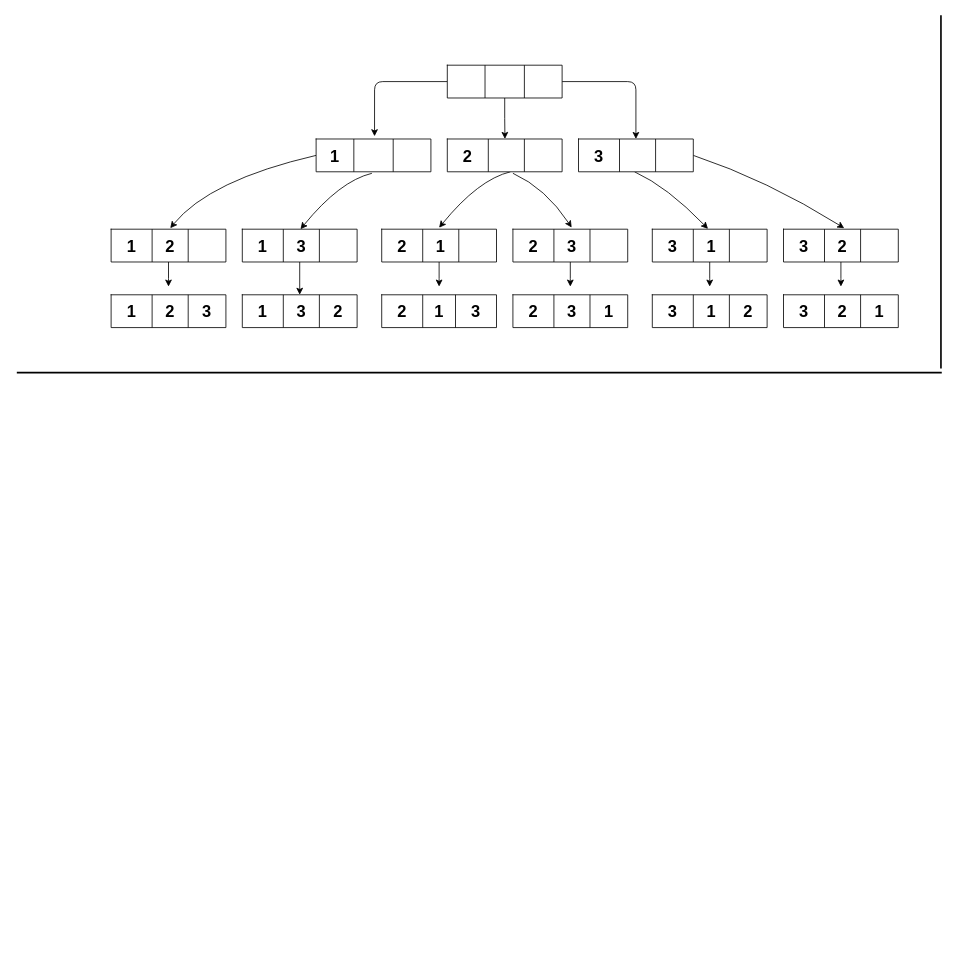
The draw.io diagram doc/算法基础课.drawio in jnpeng945/-Offer, before the edit. Source tidied: cells renumbered, new cells numbered last; positions are measured from the earlier drawing's top-left corner, leaving out a move shared by most shapes. Both pictures are drawn from the tidied source at 82%, with x=0, y=0 at pixel (16, 15).
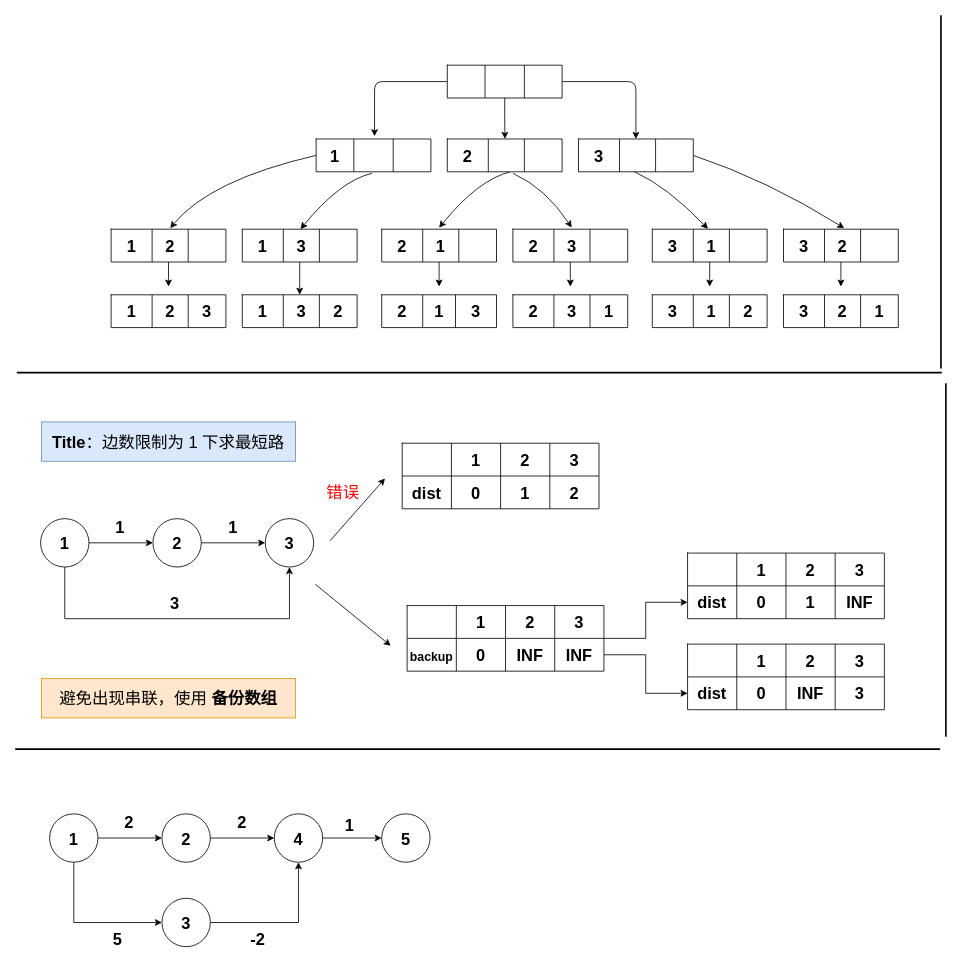
The same diagram, later.

The edit, as a diff of the source:
```diff
@@
+    <mxCell id="99" style="edgeStyle=orthogonalEdgeStyle;rounded=0;jettySize=auto;html=1;" parent="1" edge="1" source="101" target="103">
+      <mxGeometry relative="1" as="geometry" />
+    </mxCell>
+    <mxCell id="100" style="edgeStyle=orthogonalEdgeStyle;rounded=0;jettySize=auto;html=1;entryX=0.5;entryY=1;entryDx=0;entryDy=0;" parent="1" edge="1" source="101" target="104">
+      <mxGeometry relative="1" as="geometry">
+        <Array as="points">
+          <mxPoint x="58" y="736" />
+          <mxPoint x="333" y="736" />
+        </Array>
+      </mxGeometry>
+    </mxCell>
+    <mxCell id="101" value="&lt;b&gt;&lt;font style=&quot;font-size: 20px&quot;&gt;1&lt;/font&gt;&lt;/b&gt;" style="ellipse;whiteSpace=wrap;html=1;" parent="1" vertex="1">
+      <mxGeometry x="29" y="614" width="59" height="59" as="geometry" />
+    </mxCell>
+    <mxCell id="102" style="edgeStyle=orthogonalEdgeStyle;rounded=0;jettySize=auto;html=1;" parent="1" edge="1" source="103" target="104">
+      <mxGeometry relative="1" as="geometry" />
+    </mxCell>
+    <mxCell id="103" value="&lt;b&gt;&lt;font style=&quot;font-size: 20px&quot;&gt;2&lt;/font&gt;&lt;/b&gt;" style="ellipse;whiteSpace=wrap;html=1;" parent="1" vertex="1">
+      <mxGeometry x="166" y="614" width="59" height="59" as="geometry" />
+    </mxCell>
+    <mxCell id="104" value="&lt;b&gt;&lt;font style=&quot;font-size: 20px&quot;&gt;3&lt;/font&gt;&lt;/b&gt;" style="ellipse;whiteSpace=wrap;html=1;" parent="1" vertex="1">
+      <mxGeometry x="303" y="614" width="59" height="59" as="geometry" />
+    </mxCell>
+    <mxCell id="105" value="&lt;b&gt;&lt;font style=&quot;font-size: 20px&quot;&gt;1&lt;/font&gt;&lt;/b&gt;" style="text;html=1;strokeColor=none;fillColor=none;align=center;verticalAlign=middle;whiteSpace=wrap;rounded=0;" parent="1" vertex="1">
+      <mxGeometry x="106" y="614" width="40" height="20" as="geometry" />
+    </mxCell>
+    <mxCell id="106" value="&lt;b&gt;&lt;font style=&quot;font-size: 20px&quot;&gt;1&lt;/font&gt;&lt;/b&gt;" style="text;html=1;strokeColor=none;fillColor=none;align=center;verticalAlign=middle;whiteSpace=wrap;rounded=0;" parent="1" vertex="1">
+      <mxGeometry x="244" y="614" width="40" height="20" as="geometry" />
+    </mxCell>
+    <mxCell id="107" value="&lt;b&gt;&lt;font style=&quot;font-size: 20px&quot;&gt;3&lt;/font&gt;&lt;/b&gt;" style="text;html=1;strokeColor=none;fillColor=none;align=center;verticalAlign=middle;whiteSpace=wrap;rounded=0;" parent="1" vertex="1">
+      <mxGeometry x="173" y="707" width="40" height="20" as="geometry" />
+    </mxCell>
+    <mxCell id="108" style="edgeStyle=orthogonalEdgeStyle;rounded=0;jettySize=auto;html=1;fontSize=20;" parent="1" edge="1" source="132" target="116">
+      <mxGeometry relative="1" as="geometry" />
+    </mxCell>
+    <mxCell id="109" style="edgeStyle=orthogonalEdgeStyle;rounded=0;jettySize=auto;html=1;entryX=0;entryY=0.5;entryDx=0;entryDy=0;fontSize=20;" parent="1" edge="1" source="138" target="127">
+      <mxGeometry relative="1" as="geometry" />
+    </mxCell>
+    <mxCell id="110" style="shape=table;html=1;whiteSpace=wrap;startSize=0;childLayout=tableLayout;" parent="1" vertex="1">
+      <mxGeometry x="818" y="656" width="240" height="80" as="geometry" />
+    </mxCell>
+    <mxCell id="111" style="shape=partialRectangle;html=1;whiteSpace=wrap;fillColor=none;top=0;left=0;bottom=0;right=0;" parent="110" vertex="1">
+      <mxGeometry width="240" height="40" as="geometry" />
+    </mxCell>
+    <mxCell id="112" style="shape=partialRectangle;html=1;whiteSpace=wrap;fillColor=none;top=0;left=0;bottom=0;right=0;overflow=hidden;" parent="111" vertex="1">
+      <mxGeometry width="60" height="40" as="geometry" />
+    </mxCell>
+    <mxCell id="113" value="1" style="shape=partialRectangle;html=1;whiteSpace=wrap;fillColor=none;top=0;left=0;bottom=0;right=0;overflow=hidden;fontSize=20;fontStyle=1;" parent="111" vertex="1">
+      <mxGeometry x="60" width="60" height="40" as="geometry" />
+    </mxCell>
+    <mxCell id="114" value="2" style="shape=partialRectangle;html=1;whiteSpace=wrap;fillColor=none;top=0;left=0;bottom=0;right=0;overflow=hidden;fontSize=20;fontStyle=1;" parent="111" vertex="1">
+      <mxGeometry x="120" width="60" height="40" as="geometry" />
+    </mxCell>
+    <mxCell id="115" value="3" style="shape=partialRectangle;html=1;whiteSpace=wrap;fillColor=none;top=0;left=0;bottom=0;right=0;overflow=hidden;fontSize=20;fontStyle=1;" parent="111" vertex="1">
+      <mxGeometry x="180" width="60" height="40" as="geometry" />
+    </mxCell>
+    <mxCell id="116" style="shape=partialRectangle;html=1;whiteSpace=wrap;fillColor=none;top=0;left=0;bottom=0;right=0;points=[[0,0.5],[1,0.5]];portConstraint=eastwest;" parent="110" vertex="1">
+      <mxGeometry y="40" width="240" height="40" as="geometry" />
+    </mxCell>
+    <mxCell id="117" value="&lt;font style=&quot;font-size: 20px&quot;&gt;dist&lt;/font&gt;" style="shape=partialRectangle;html=1;whiteSpace=wrap;fillColor=none;top=0;left=0;bottom=0;right=0;overflow=hidden;fontSize=20;fontStyle=1;" parent="116" vertex="1">
+      <mxGeometry width="60" height="40" as="geometry" />
+    </mxCell>
+    <mxCell id="118" value="0" style="shape=partialRectangle;html=1;whiteSpace=wrap;fillColor=none;top=0;left=0;bottom=0;right=0;overflow=hidden;fontSize=20;fontStyle=1;" parent="116" vertex="1">
+      <mxGeometry x="60" width="60" height="40" as="geometry" />
+    </mxCell>
+    <mxCell id="119" value="1" style="shape=partialRectangle;html=1;whiteSpace=wrap;fillColor=none;top=0;left=0;bottom=0;right=0;overflow=hidden;fontSize=20;fontStyle=1;" parent="116" vertex="1">
+      <mxGeometry x="120" width="60" height="40" as="geometry" />
+    </mxCell>
+    <mxCell id="120" value="INF" style="shape=partialRectangle;html=1;whiteSpace=wrap;fillColor=none;top=0;left=0;bottom=0;right=0;overflow=hidden;fontSize=20;fontStyle=1;" parent="116" vertex="1">
+      <mxGeometry x="180" width="60" height="40" as="geometry" />
+    </mxCell>
+    <mxCell id="121" style="shape=table;html=1;whiteSpace=wrap;startSize=0;childLayout=tableLayout;" parent="1" vertex="1">
+      <mxGeometry x="818" y="767" width="240" height="80" as="geometry" />
+    </mxCell>
+    <mxCell id="122" style="shape=partialRectangle;html=1;whiteSpace=wrap;fillColor=none;top=0;left=0;bottom=0;right=0;" parent="121" vertex="1">
+      <mxGeometry width="240" height="40" as="geometry" />
+    </mxCell>
+    <mxCell id="123" style="shape=partialRectangle;html=1;whiteSpace=wrap;fillColor=none;top=0;left=0;bottom=0;right=0;overflow=hidden;" parent="122" vertex="1">
+      <mxGeometry width="60" height="40" as="geometry" />
+    </mxCell>
+    <mxCell id="124" value="1" style="shape=partialRectangle;html=1;whiteSpace=wrap;fillColor=none;top=0;left=0;bottom=0;right=0;overflow=hidden;fontSize=20;fontStyle=1;" parent="122" vertex="1">
+      <mxGeometry x="60" width="60" height="40" as="geometry" />
+    </mxCell>
+    <mxCell id="125" value="2" style="shape=partialRectangle;html=1;whiteSpace=wrap;fillColor=none;top=0;left=0;bottom=0;right=0;overflow=hidden;fontSize=20;fontStyle=1;" parent="122" vertex="1">
+      <mxGeometry x="120" width="60" height="40" as="geometry" />
+    </mxCell>
+    <mxCell id="126" value="3" style="shape=partialRectangle;html=1;whiteSpace=wrap;fillColor=none;top=0;left=0;bottom=0;right=0;overflow=hidden;fontSize=20;fontStyle=1;" parent="122" vertex="1">
+      <mxGeometry x="180" width="60" height="40" as="geometry" />
+    </mxCell>
+    <mxCell id="127" style="shape=partialRectangle;html=1;whiteSpace=wrap;fillColor=none;top=0;left=0;bottom=0;right=0;points=[[0,0.5],[1,0.5]];portConstraint=eastwest;" parent="121" vertex="1">
+      <mxGeometry y="40" width="240" height="40" as="geometry" />
+    </mxCell>
+    <mxCell id="128" value="&lt;font style=&quot;font-size: 20px&quot;&gt;dist&lt;/font&gt;" style="shape=partialRectangle;html=1;whiteSpace=wrap;fillColor=none;top=0;left=0;bottom=0;right=0;overflow=hidden;fontSize=20;fontStyle=1;" parent="127" vertex="1">
+      <mxGeometry width="60" height="40" as="geometry" />
+    </mxCell>
+    <mxCell id="129" value="0" style="shape=partialRectangle;html=1;whiteSpace=wrap;fillColor=none;top=0;left=0;bottom=0;right=0;overflow=hidden;fontSize=20;fontStyle=1;" parent="127" vertex="1">
+      <mxGeometry x="60" width="60" height="40" as="geometry" />
+    </mxCell>
+    <mxCell id="130" value="INF" style="shape=partialRectangle;html=1;whiteSpace=wrap;fillColor=none;top=0;left=0;bottom=0;right=0;overflow=hidden;fontSize=20;fontStyle=1;" parent="127" vertex="1">
+      <mxGeometry x="120" width="60" height="40" as="geometry" />
+    </mxCell>
+    <mxCell id="131" value="3" style="shape=partialRectangle;html=1;whiteSpace=wrap;fillColor=none;top=0;left=0;bottom=0;right=0;overflow=hidden;fontSize=20;fontStyle=1;" parent="127" vertex="1">
+      <mxGeometry x="180" width="60" height="40" as="geometry" />
+    </mxCell>
+    <mxCell id="132" style="shape=table;html=1;whiteSpace=wrap;startSize=0;childLayout=tableLayout;" parent="1" vertex="1">
+      <mxGeometry x="476" y="720" width="240" height="80" as="geometry" />
+    </mxCell>
+    <mxCell id="133" style="shape=partialRectangle;html=1;whiteSpace=wrap;fillColor=none;top=0;left=0;bottom=0;right=0;" parent="132" vertex="1">
+      <mxGeometry width="240" height="40" as="geometry" />
+    </mxCell>
+    <mxCell id="134" style="shape=partialRectangle;html=1;whiteSpace=wrap;fillColor=none;top=0;left=0;bottom=0;right=0;overflow=hidden;" parent="133" vertex="1">
+      <mxGeometry width="60" height="40" as="geometry" />
+    </mxCell>
+    <mxCell id="135" value="1" style="shape=partialRectangle;html=1;whiteSpace=wrap;fillColor=none;top=0;left=0;bottom=0;right=0;overflow=hidden;fontSize=20;fontStyle=1;" parent="133" vertex="1">
+      <mxGeometry x="60" width="60" height="40" as="geometry" />
+    </mxCell>
+    <mxCell id="136" value="2" style="shape=partialRectangle;html=1;whiteSpace=wrap;fillColor=none;top=0;left=0;bottom=0;right=0;overflow=hidden;fontSize=20;fontStyle=1;" parent="133" vertex="1">
+      <mxGeometry x="120" width="60" height="40" as="geometry" />
+    </mxCell>
+    <mxCell id="137" value="3" style="shape=partialRectangle;html=1;whiteSpace=wrap;fillColor=none;top=0;left=0;bottom=0;right=0;overflow=hidden;fontSize=20;fontStyle=1;" parent="133" vertex="1">
+      <mxGeometry x="180" width="60" height="40" as="geometry" />
+    </mxCell>
+    <mxCell id="138" style="shape=partialRectangle;html=1;whiteSpace=wrap;fillColor=none;top=0;left=0;bottom=0;right=0;points=[[0,0.5],[1,0.5]];portConstraint=eastwest;" parent="132" vertex="1">
+      <mxGeometry y="40" width="240" height="40" as="geometry" />
+    </mxCell>
+    <mxCell id="139" value="&lt;font style=&quot;font-size: 15px&quot;&gt;backup&lt;/font&gt;" style="shape=partialRectangle;html=1;whiteSpace=wrap;fillColor=none;top=0;left=0;bottom=0;right=0;overflow=hidden;fontSize=20;fontStyle=1;" parent="138" vertex="1">
+      <mxGeometry width="60" height="40" as="geometry" />
+    </mxCell>
+    <mxCell id="140" value="0" style="shape=partialRectangle;html=1;whiteSpace=wrap;fillColor=none;top=0;left=0;bottom=0;right=0;overflow=hidden;fontSize=20;fontStyle=1;" parent="138" vertex="1">
+      <mxGeometry x="60" width="60" height="40" as="geometry" />
+    </mxCell>
+    <mxCell id="141" value="INF" style="shape=partialRectangle;html=1;whiteSpace=wrap;fillColor=none;top=0;left=0;bottom=0;right=0;overflow=hidden;fontSize=20;fontStyle=1;" parent="138" vertex="1">
+      <mxGeometry x="120" width="60" height="40" as="geometry" />
+    </mxCell>
+    <mxCell id="142" value="INF" style="shape=partialRectangle;html=1;whiteSpace=wrap;fillColor=none;top=0;left=0;bottom=0;right=0;overflow=hidden;fontSize=20;fontStyle=1;" parent="138" vertex="1">
+      <mxGeometry x="180" width="60" height="40" as="geometry" />
+    </mxCell>
+    <mxCell id="143" style="shape=table;html=1;whiteSpace=wrap;startSize=0;childLayout=tableLayout;" parent="1" vertex="1">
+      <mxGeometry x="470" y="522" width="240" height="80" as="geometry" />
+    </mxCell>
+    <mxCell id="144" style="shape=partialRectangle;html=1;whiteSpace=wrap;fillColor=none;top=0;left=0;bottom=0;right=0;" parent="143" vertex="1">
+      <mxGeometry width="240" height="40" as="geometry" />
+    </mxCell>
+    <mxCell id="145" style="shape=partialRectangle;html=1;whiteSpace=wrap;fillColor=none;top=0;left=0;bottom=0;right=0;overflow=hidden;" parent="144" vertex="1">
+      <mxGeometry width="60" height="40" as="geometry" />
+    </mxCell>
+    <mxCell id="146" value="1" style="shape=partialRectangle;html=1;whiteSpace=wrap;fillColor=none;top=0;left=0;bottom=0;right=0;overflow=hidden;fontSize=20;fontStyle=1;" parent="144" vertex="1">
+      <mxGeometry x="60" width="60" height="40" as="geometry" />
+    </mxCell>
+    <mxCell id="147" value="2" style="shape=partialRectangle;html=1;whiteSpace=wrap;fillColor=none;top=0;left=0;bottom=0;right=0;overflow=hidden;fontSize=20;fontStyle=1;" parent="144" vertex="1">
+      <mxGeometry x="120" width="60" height="40" as="geometry" />
+    </mxCell>
+    <mxCell id="148" value="3" style="shape=partialRectangle;html=1;whiteSpace=wrap;fillColor=none;top=0;left=0;bottom=0;right=0;overflow=hidden;fontSize=20;fontStyle=1;" parent="144" vertex="1">
+      <mxGeometry x="180" width="60" height="40" as="geometry" />
+    </mxCell>
+    <mxCell id="149" style="shape=partialRectangle;html=1;whiteSpace=wrap;fillColor=none;top=0;left=0;bottom=0;right=0;" parent="143" vertex="1">
+      <mxGeometry y="40" width="240" height="40" as="geometry" />
+    </mxCell>
+    <mxCell id="150" value="&lt;font style=&quot;font-size: 20px&quot;&gt;dist&lt;/font&gt;" style="shape=partialRectangle;html=1;whiteSpace=wrap;fillColor=none;top=0;left=0;bottom=0;right=0;overflow=hidden;fontSize=20;fontStyle=1;" parent="149" vertex="1">
+      <mxGeometry width="60" height="40" as="geometry" />
+    </mxCell>
+    <mxCell id="151" value="0" style="shape=partialRectangle;html=1;whiteSpace=wrap;fillColor=none;top=0;left=0;bottom=0;right=0;overflow=hidden;fontSize=20;fontStyle=1;" parent="149" vertex="1">
+      <mxGeometry x="60" width="60" height="40" as="geometry" />
+    </mxCell>
+    <mxCell id="152" value="1" style="shape=partialRectangle;html=1;whiteSpace=wrap;fillColor=none;top=0;left=0;bottom=0;right=0;overflow=hidden;fontSize=20;fontStyle=1;" parent="149" vertex="1">
+      <mxGeometry x="120" width="60" height="40" as="geometry" />
+    </mxCell>
+    <mxCell id="153" value="2" style="shape=partialRectangle;html=1;whiteSpace=wrap;fillColor=none;top=0;left=0;bottom=0;right=0;overflow=hidden;fontSize=20;fontStyle=1;" parent="149" vertex="1">
+      <mxGeometry x="180" width="60" height="40" as="geometry" />
+    </mxCell>
+    <mxCell id="154" style="endArrow=classic;html=1;fontSize=20;" parent="1" edge="1">
+      <mxGeometry relative="1" as="geometry">
+        <mxPoint x="364" y="694" as="sourcePoint" />
+        <mxPoint x="456" y="769" as="targetPoint" />
+      </mxGeometry>
+    </mxCell>
+    <mxCell id="155" style="endArrow=classic;html=1;fontSize=20;" parent="1" edge="1">
+      <mxGeometry relative="1" as="geometry">
+        <mxPoint x="382" y="641" as="sourcePoint" />
+        <mxPoint x="449" y="565" as="targetPoint" />
+      </mxGeometry>
+    </mxCell>
+    <mxCell id="156" value="&lt;font color=&quot;#ff0000&quot;&gt;错误&lt;/font&gt;" style="text;html=1;strokeColor=none;fillColor=none;align=center;verticalAlign=middle;whiteSpace=wrap;rounded=0;fontSize=20;" parent="1" vertex="1">
+      <mxGeometry x="336" y="571" width="124" height="20" as="geometry" />
+    </mxCell>
+    <mxCell id="157" value="&lt;b&gt;Title&lt;/b&gt;：边数限制为 1 下求最短路" style="text;html=1;strokeColor=#6c8ebf;fillColor=#dae8fc;align=center;verticalAlign=middle;whiteSpace=wrap;rounded=0;fontSize=20;" parent="1" vertex="1">
+      <mxGeometry x="30" y="496" width="310" height="48" as="geometry" />
+    </mxCell>
+    <mxCell id="158" value="避免出现串联，使用&lt;b&gt; 备份数组&lt;/b&gt;" style="text;html=1;strokeColor=#d79b00;fillColor=#ffe6cc;align=center;verticalAlign=middle;whiteSpace=wrap;rounded=0;fontSize=20;" parent="1" vertex="1">
+      <mxGeometry x="30" y="809" width="310" height="48" as="geometry" />
+    </mxCell>
+    <mxCell id="159" style="line;strokeWidth=2;html=1;fontSize=20;" parent="1" vertex="1">
+      <mxGeometry x="-2" y="890" width="1128" height="10" as="geometry" />
+    </mxCell>
+    <mxCell id="160" style="line;strokeWidth=2;direction=south;html=1;fontSize=20;" parent="1" vertex="1">
+      <mxGeometry x="1128" y="449" width="10" height="431" as="geometry" />
+    </mxCell>
+    <mxCell id="161" style="edgeStyle=orthogonalEdgeStyle;rounded=0;jettySize=auto;html=1;" parent="1" edge="1" source="163" target="165">
+      <mxGeometry relative="1" as="geometry" />
+    </mxCell>
+    <mxCell id="162" style="edgeStyle=orthogonalEdgeStyle;rounded=0;jettySize=auto;html=1;entryX=0;entryY=0.5;entryDx=0;entryDy=0;fontSize=20;" parent="1" edge="1" source="163" target="173">
+      <mxGeometry relative="1" as="geometry">
+        <Array as="points">
+          <mxPoint x="69" y="1107" />
+        </Array>
+      </mxGeometry>
+    </mxCell>
+    <mxCell id="163" value="&lt;b&gt;&lt;font style=&quot;font-size: 20px&quot;&gt;1&lt;/font&gt;&lt;/b&gt;" style="ellipse;whiteSpace=wrap;html=1;" parent="1" vertex="1">
+      <mxGeometry x="40" y="974" width="59" height="59" as="geometry" />
+    </mxCell>
+    <mxCell id="164" style="edgeStyle=orthogonalEdgeStyle;rounded=0;jettySize=auto;html=1;" parent="1" edge="1" source="165" target="167">
+      <mxGeometry relative="1" as="geometry" />
+    </mxCell>
+    <mxCell id="165" value="&lt;b&gt;&lt;font style=&quot;font-size: 20px&quot;&gt;2&lt;/font&gt;&lt;/b&gt;" style="ellipse;whiteSpace=wrap;html=1;" parent="1" vertex="1">
+      <mxGeometry x="177" y="974" width="59" height="59" as="geometry" />
+    </mxCell>
+    <mxCell id="166" style="edgeStyle=orthogonalEdgeStyle;rounded=0;jettySize=auto;html=1;entryX=0;entryY=0.5;entryDx=0;entryDy=0;fontSize=20;" parent="1" edge="1" source="167" target="171">
+      <mxGeometry relative="1" as="geometry" />
+    </mxCell>
+    <mxCell id="167" value="&lt;b&gt;&lt;font style=&quot;font-size: 20px&quot;&gt;4&lt;/font&gt;&lt;/b&gt;" style="ellipse;whiteSpace=wrap;html=1;" parent="1" vertex="1">
+      <mxGeometry x="314" y="974" width="59" height="59" as="geometry" />
+    </mxCell>
+    <mxCell id="168" value="&lt;b&gt;&lt;font style=&quot;font-size: 20px&quot;&gt;2&lt;/font&gt;&lt;/b&gt;" style="text;html=1;strokeColor=none;fillColor=none;align=center;verticalAlign=middle;whiteSpace=wrap;rounded=0;" parent="1" vertex="1">
+      <mxGeometry x="117" y="974" width="40" height="20" as="geometry" />
+    </mxCell>
+    <mxCell id="169" value="&lt;b&gt;&lt;font style=&quot;font-size: 20px&quot;&gt;2&lt;/font&gt;&lt;/b&gt;" style="text;html=1;strokeColor=none;fillColor=none;align=center;verticalAlign=middle;whiteSpace=wrap;rounded=0;" parent="1" vertex="1">
+      <mxGeometry x="255" y="974" width="40" height="20" as="geometry" />
+    </mxCell>
+    <mxCell id="170" value="&lt;b&gt;&lt;font style=&quot;font-size: 20px&quot;&gt;5&lt;/font&gt;&lt;/b&gt;" style="text;html=1;strokeColor=none;fillColor=none;align=center;verticalAlign=middle;whiteSpace=wrap;rounded=0;" parent="1" vertex="1">
+      <mxGeometry x="103" y="1116" width="40" height="20" as="geometry" />
+    </mxCell>
+    <mxCell id="171" value="&lt;b&gt;&lt;font style=&quot;font-size: 20px&quot;&gt;5&lt;/font&gt;&lt;/b&gt;" style="ellipse;whiteSpace=wrap;html=1;" parent="1" vertex="1">
+      <mxGeometry x="445" y="974" width="59" height="59" as="geometry" />
+    </mxCell>
+    <mxCell id="172" style="edgeStyle=orthogonalEdgeStyle;rounded=0;jettySize=auto;html=1;entryX=0.5;entryY=1;entryDx=0;entryDy=0;fontSize=20;" parent="1" edge="1" source="173" target="167">
+      <mxGeometry relative="1" as="geometry" />
+    </mxCell>
+    <mxCell id="173" value="&lt;b&gt;&lt;font style=&quot;font-size: 20px&quot;&gt;3&lt;/font&gt;&lt;/b&gt;" style="ellipse;whiteSpace=wrap;html=1;" parent="1" vertex="1">
+      <mxGeometry x="177" y="1077" width="59" height="59" as="geometry" />
+    </mxCell>
+    <mxCell id="174" value="&lt;b&gt;&lt;font style=&quot;font-size: 20px&quot;&gt;-2&lt;/font&gt;&lt;/b&gt;" style="text;html=1;strokeColor=none;fillColor=none;align=center;verticalAlign=middle;whiteSpace=wrap;rounded=0;" parent="1" vertex="1">
+      <mxGeometry x="274" y="1116" width="40" height="20" as="geometry" />
+    </mxCell>
+    <mxCell id="175" value="&lt;b&gt;&lt;font style=&quot;font-size: 20px&quot;&gt;1&lt;/font&gt;&lt;/b&gt;" style="text;html=1;strokeColor=none;fillColor=none;align=center;verticalAlign=middle;whiteSpace=wrap;rounded=0;" parent="1" vertex="1">
+      <mxGeometry x="386" y="977" width="40" height="20" as="geometry" />
+    </mxCell>
```
